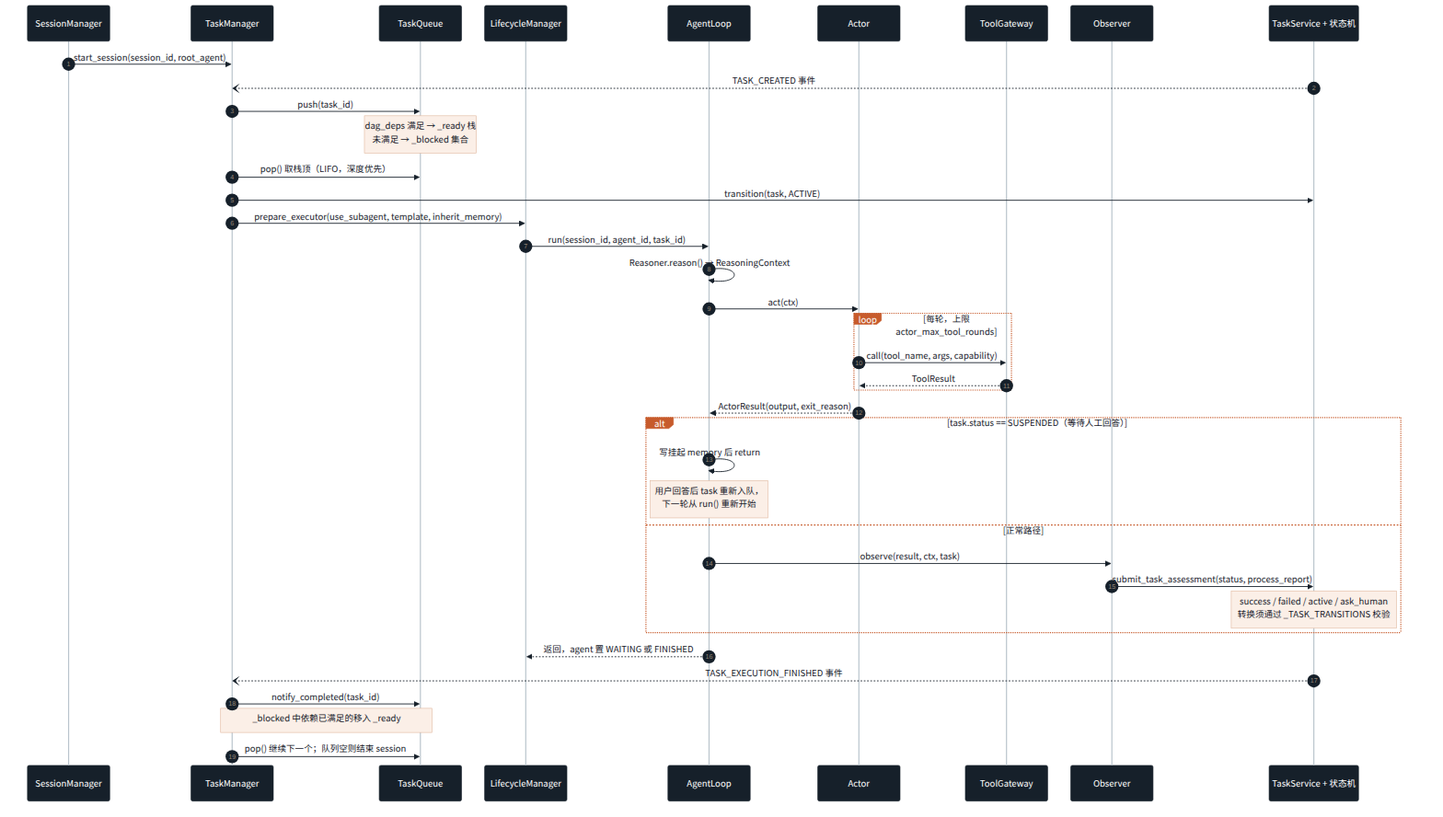
Before: diagrams/1_seq_task_lifecycle.png, a diagram exported from Mermaid (XingLiyin/miniAgentsDemo). Its source is kept beside it as diagrams/1_seq_task_lifecycle.mmd. Its diagram source:
```mermaid
sequenceDiagram
    autonumber
    participant SM as SessionManager
    participant TM as TaskManager
    participant Q as TaskQueue
    participant LM as LifecycleManager
    participant AL as AgentLoop
    participant Act as Actor
    participant GW as ToolGateway
    participant Obs as Observer
    participant TS as TaskService + 状态机

    SM->>TM: start_session(session_id, root_agent)
    TS--)TM: TASK_CREATED 事件
    TM->>Q: push(task_id)
    Note over Q: dag_deps 满足 → _ready 栈<br/>未满足 → _blocked 集合

    TM->>Q: pop() 取栈顶（LIFO，深度优先）
    TM->>TS: transition(task, ACTIVE)
    TM->>LM: prepare_executor(use_subagent, template, inherit_memory)
    LM->>AL: run(session_id, agent_id, task_id)

    AL->>AL: Reasoner.reason() → ReasoningContext
    AL->>Act: act(ctx)
    loop 每轮，上限 actor_max_tool_rounds
        Act->>GW: call(tool_name, args, capability)
        GW-->>Act: ToolResult
    end
    Act-->>AL: ActorResult(output, exit_reason)

    alt task.status == SUSPENDED（等待人工回答）
        AL->>AL: 写挂起 memory 后 return
        Note over AL: 用户回答后 task 重新入队，<br/>下一轮从 run() 重新开始
    else 正常路径
        AL->>Obs: observe(result, ctx, task)
        Obs->>TS: submit_task_assessment(status, process_report)
        Note over TS: success / failed / active / ask_human<br/>转换须通过 _TASK_TRANSITIONS 校验
    end

    AL-->>LM: 返回，agent 置 WAITING 或 FINISHED
    TS--)TM: TASK_EXECUTION_FINISHED 事件
    TM->>Q: notify_completed(task_id)
    Note over TM,Q: _blocked 中依赖已满足的移入 _ready
    TM->>Q: pop() 继续下一个；队列空则结束 session
```
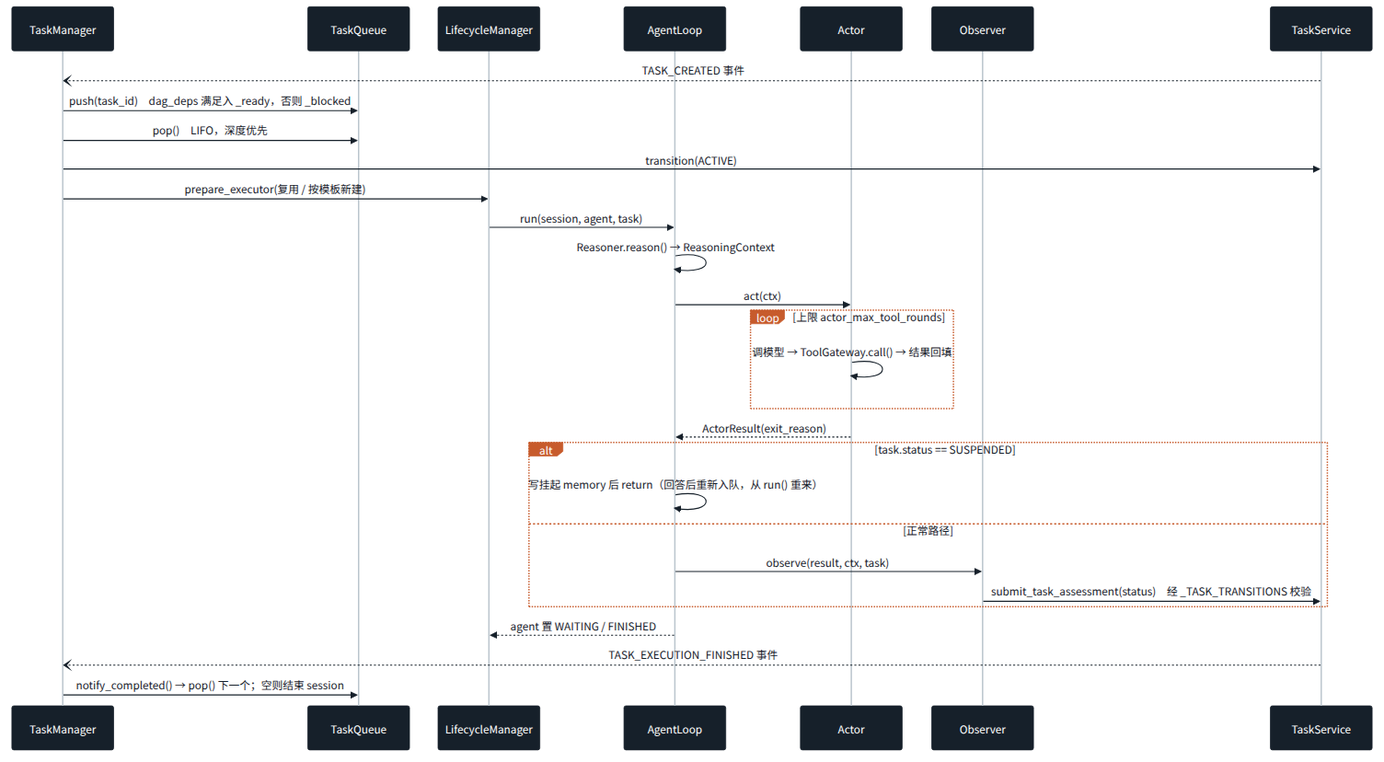
The same file after the commit.

Change to the diagram source:
```diff
@@ -1,44 +1,30 @@
 sequenceDiagram
-    autonumber
-    participant SM as SessionManager
     participant TM as TaskManager
     participant Q as TaskQueue
     participant LM as LifecycleManager
     participant AL as AgentLoop
     participant Act as Actor
-    participant GW as ToolGateway
     participant Obs as Observer
-    participant TS as TaskService + 状态机
+    participant TS as TaskService
 
-    SM->>TM: start_session(session_id, root_agent)
     TS--)TM: TASK_CREATED 事件
-    TM->>Q: push(task_id)
-    Note over Q: dag_deps 满足 → _ready 栈<br/>未满足 → _blocked 集合
-
-    TM->>Q: pop() 取栈顶（LIFO，深度优先）
-    TM->>TS: transition(task, ACTIVE)
-    TM->>LM: prepare_executor(use_subagent, template, inherit_memory)
-    LM->>AL: run(session_id, agent_id, task_id)
-
+    TM->>Q: push(task_id)　dag_deps 满足入 _ready，否则 _blocked
+    TM->>Q: pop()　LIFO，深度优先
+    TM->>TS: transition(ACTIVE)
+    TM->>LM: prepare_executor(复用 / 按模板新建)
+    LM->>AL: run(session, agent, task)
     AL->>AL: Reasoner.reason() → ReasoningContext
     AL->>Act: act(ctx)
-    loop 每轮，上限 actor_max_tool_rounds
-        Act->>GW: call(tool_name, args, capability)
-        GW-->>Act: ToolResult
+    loop 上限 actor_max_tool_rounds
+        Act->>Act: 调模型 → ToolGateway.call() → 结果回填
     end
-    Act-->>AL: ActorResult(output, exit_reason)
-
-    alt task.status == SUSPENDED（等待人工回答）
-        AL->>AL: 写挂起 memory 后 return
-        Note over AL: 用户回答后 task 重新入队，<br/>下一轮从 run() 重新开始
+    Act-->>AL: ActorResult(exit_reason)
+    alt task.status == SUSPENDED
+        AL->>AL: 写挂起 memory 后 return（回答后重新入队，从 run() 重来）
     else 正常路径
         AL->>Obs: observe(result, ctx, task)
-        Obs->>TS: submit_task_assessment(status, process_report)
-        Note over TS: success / failed / active / ask_human<br/>转换须通过 _TASK_TRANSITIONS 校验
+        Obs->>TS: submit_task_assessment(status)　经 _TASK_TRANSITIONS 校验
     end
-
-    AL-->>LM: 返回，agent 置 WAITING 或 FINISHED
+    AL-->>LM: agent 置 WAITING / FINISHED
     TS--)TM: TASK_EXECUTION_FINISHED 事件
-    TM->>Q: notify_completed(task_id)
-    Note over TM,Q: _blocked 中依赖已满足的移入 _ready
-    TM->>Q: pop() 继续下一个；队列空则结束 session
+    TM->>Q: notify_completed() → pop() 下一个；空则结束 session
```
